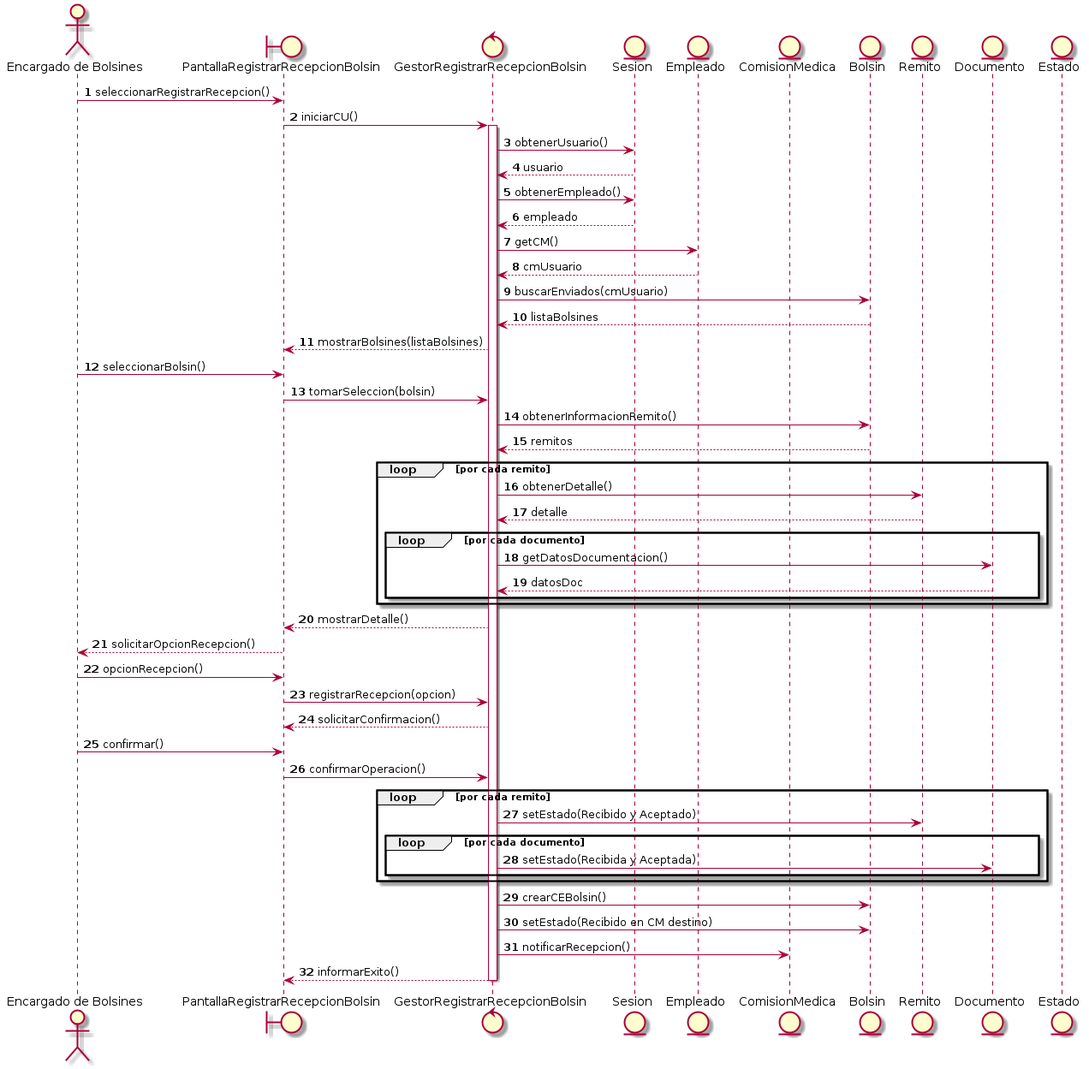
The PlantUML diagram ClasesDeAnalisis_Dinamica.png in Felipe158/PPAI_bolsines, before a commit.
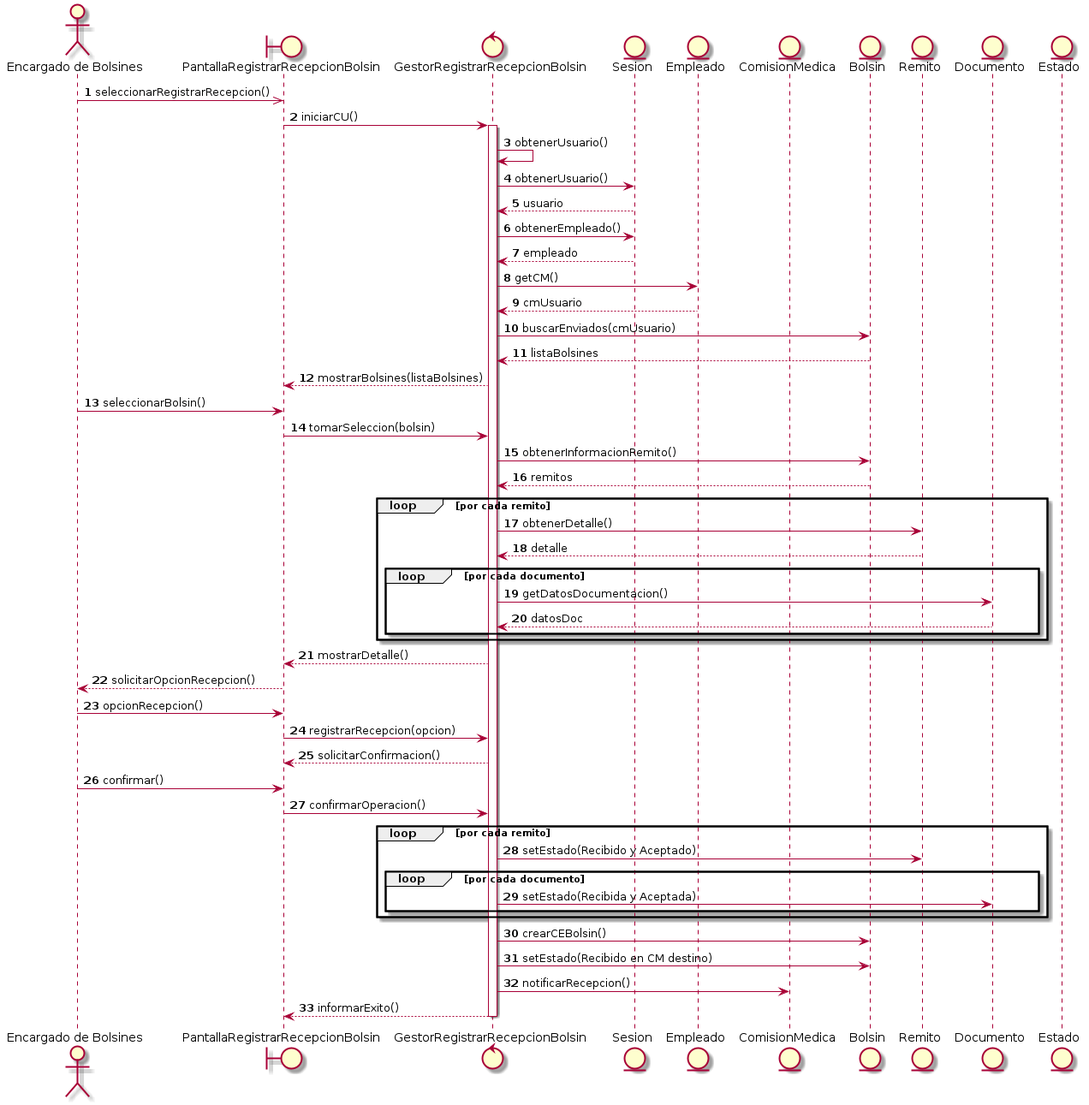
Above is the later version.

Commit message:
agrega script para actualizar (generar) imagenes de diagramas

What changed in the source:
```diff
@@ -16,12 +16,13 @@
 entity Estado
 
 
-EB -> Pantalla : seleccionarRegistrarRecepcion()
+EB ->> Pantalla : seleccionarRegistrarRecepcion()
 
 Pantalla -> Gestor : iniciarCU()
 
 activate Gestor
 
+Gestor -> Gestor : obtenerUsuario()
 
 Gestor -> Sesion : obtenerUsuario()
 Sesion --> Gestor : usuario
```
